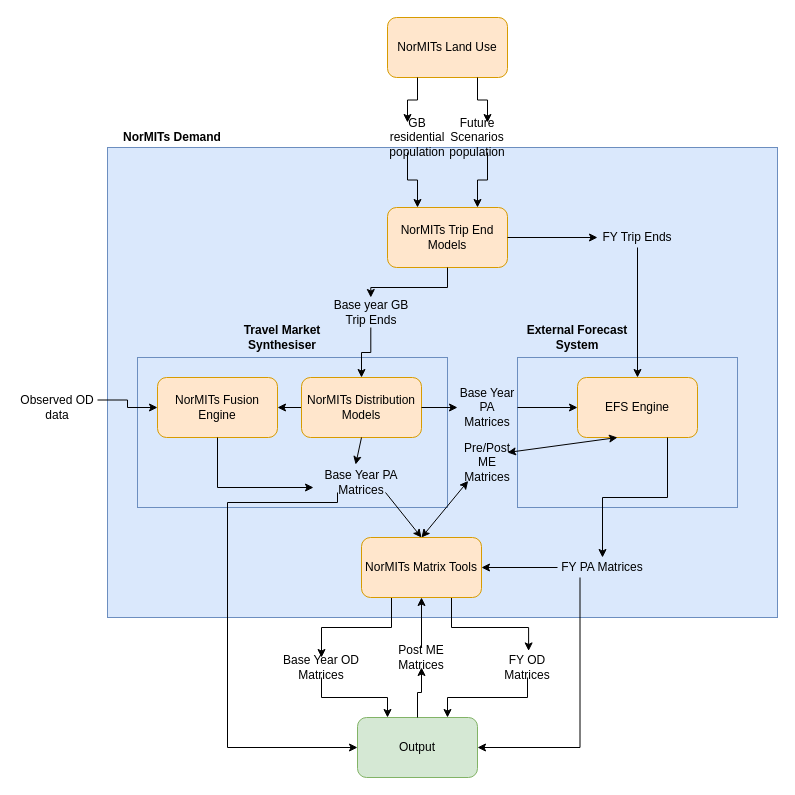
Before: page "Demand Op Model" (1 of 2) of op_models/demand_op_model.drawio in Transport-for-the-North/NorMITs-Demand, a draw.io diagram. Source tidied: cells renumbered, new cells numbered last; positions are measured from the earlier drawing's top-left corner, leaving out a move shared by most shapes. Both pictures are drawn from the tidied source at 100%, with x=0, y=0 at pixel (17, 17).
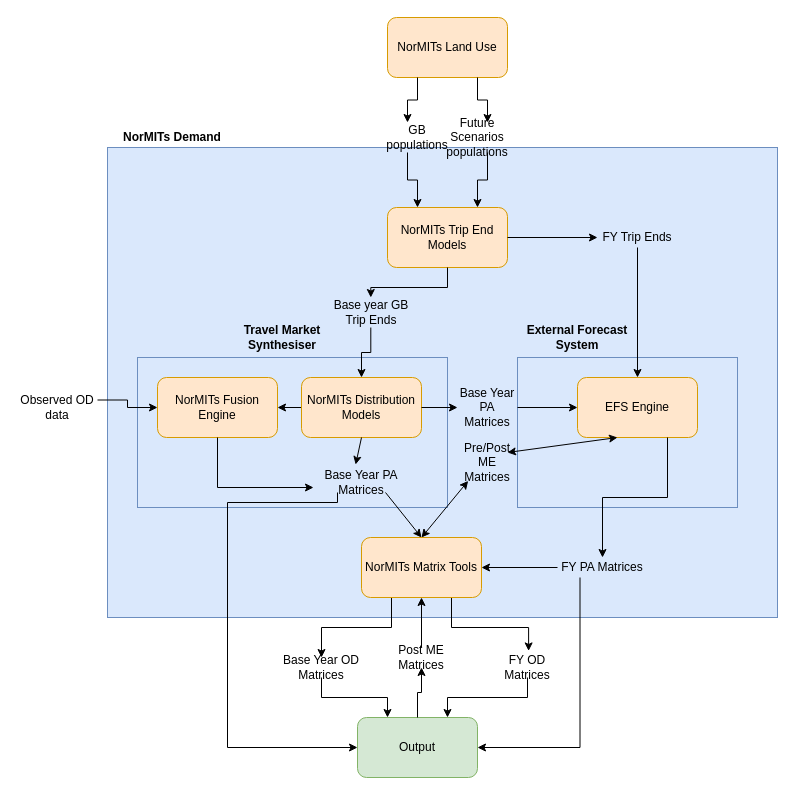
The same diagram, later.

Change to the diagram source:
```diff
@@
-    <mxCell id="43" value="Future Scenarios population" style="text;html=1;strokeColor=none;fillColor=none;align=center;verticalAlign=middle;whiteSpace=wrap;rounded=0;" parent="1" vertex="1">
+    <mxCell id="43" value="Future Scenarios populations" style="text;html=1;strokeColor=none;fillColor=none;align=center;verticalAlign=middle;whiteSpace=wrap;rounded=0;" parent="1" vertex="1">
       <mxGeometry x="440" y="105" width="40" height="30" as="geometry" />
     </mxCell>
@@
-    <mxCell id="45" value="GB residential population" style="text;html=1;strokeColor=none;fillColor=none;align=center;verticalAlign=middle;whiteSpace=wrap;rounded=0;" parent="1" vertex="1">
+    <mxCell id="45" value="GB populations" style="text;html=1;strokeColor=none;fillColor=none;align=center;verticalAlign=middle;whiteSpace=wrap;rounded=0;" parent="1" vertex="1">
       <mxGeometry x="380" y="105" width="40" height="30" as="geometry" />
     </mxCell>
```
